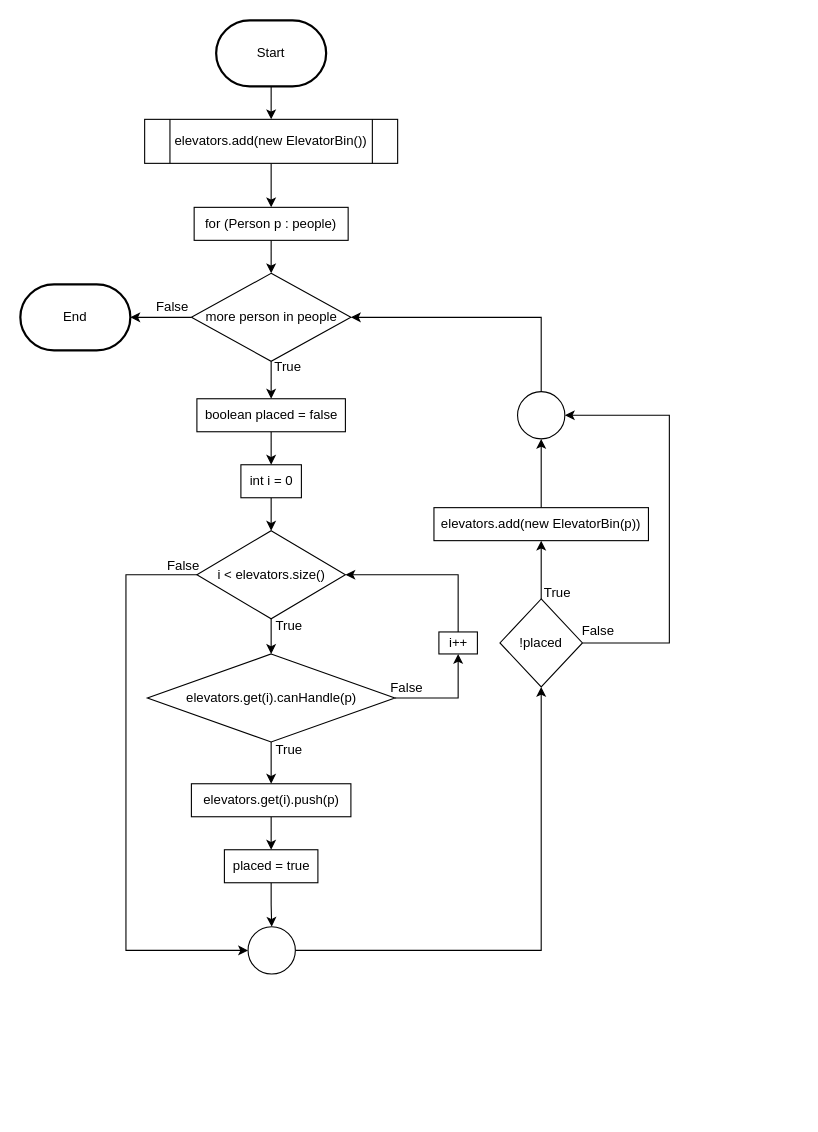
This is page "firstFit()" (1 of 5) of flowcharts/flowcharts.drawio from Violetlily6060/Algorithm, a draw.io file, before an edit. Source tidied: cells renumbered, new cells numbered last; positions are measured from the earlier drawing's top-left corner, leaving out a move shared by most shapes. Both pictures are drawn from the tidied source at 110%, with x=0, y=0 at pixel (20, 20).
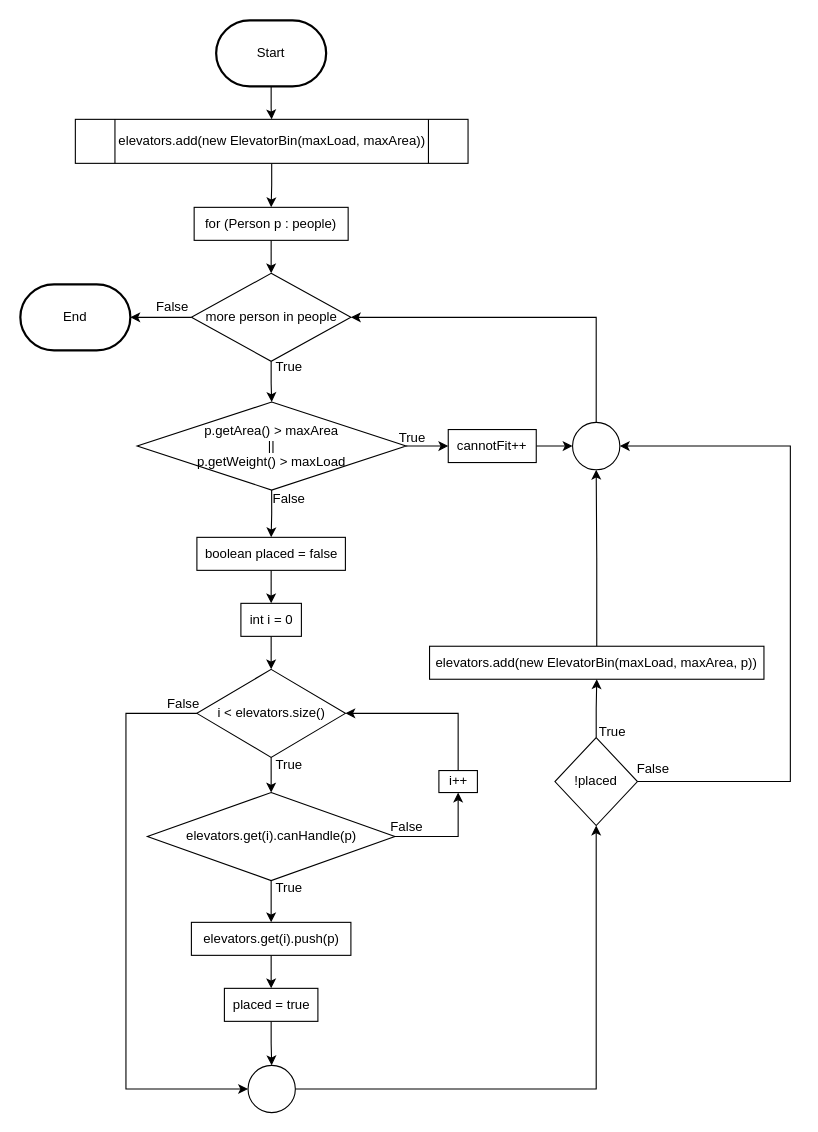
The same diagram, later.

Unchanged cells that the change refers to:
```xml
<mxCell id="10" value="more person in people" style="rhombus;whiteSpace=wrap;html=1;" parent="1" vertex="1">
  <mxGeometry x="155.5" y="230" width="145" height="80" as="geometry" />
</mxCell>
```

Change to the diagram source:
```diff
@@
-    <mxCell id="5" value="elevators.add(new ElevatorBin())" style="shape=process;whiteSpace=wrap;html=1;backgroundOutline=1;" parent="1" vertex="1">
-      <mxGeometry x="113" y="90" width="230" height="40" as="geometry" />
+    <mxCell id="5" value="elevators.add(new ElevatorBin(maxLoad, maxArea))" style="shape=process;whiteSpace=wrap;html=1;backgroundOutline=1;" parent="1" vertex="1">
+      <mxGeometry x="50" y="90" width="357" height="40" as="geometry" />
     </mxCell>
@@
-    <mxCell id="9" style="edgeStyle=orthogonalEdgeStyle;rounded=0;jettySize=auto;html=1;" parent="1" edge="1" source="10" target="24">
-      <mxGeometry relative="1" as="geometry" />
-    </mxCell>
+    <mxCell id="45" style="edgeStyle=orthogonalEdgeStyle;rounded=0;jettySize=auto;html=1;" parent="1" edge="1" source="10" target="48">
+      <mxGeometry relative="1" as="geometry" />
+    </mxCell>
@@
     <mxCell id="12" value="int i = 0" style="rounded=0;whiteSpace=wrap;html=1;" parent="1" vertex="1">
-      <mxGeometry x="200.5" y="404" width="55" height="30" as="geometry" />
+      <mxGeometry x="200.5" y="530" width="55" height="30" as="geometry" />
     </mxCell>
@@
     <mxCell id="14" style="edgeStyle=orthogonalEdgeStyle;rounded=0;jettySize=auto;html=1;exitX=0;exitY=0.5;exitDx=0;exitDy=0;entryX=0;entryY=0.5;entryDx=0;entryDy=0;" parent="1" edge="1" source="15" target="38">
       <mxGeometry relative="1" as="geometry">
         <Array as="points">
-          <mxPoint x="96" y="504" />
-          <mxPoint x="96" y="846" />
+          <mxPoint x="96" y="630" />
+          <mxPoint x="96" y="972" />
         </Array>
       </mxGeometry>
     </mxCell>
     <mxCell id="15" value="i &amp;lt; elevators.size()" style="rhombus;whiteSpace=wrap;html=1;" parent="1" vertex="1">
-      <mxGeometry x="160.5" y="464" width="135" height="80" as="geometry" />
+      <mxGeometry x="160.5" y="590" width="135" height="80" as="geometry" />
     </mxCell>
@@
     <mxCell id="18" value="elevators.get(i).canHandle(p)" style="rhombus;whiteSpace=wrap;html=1;" parent="1" vertex="1">
-      <mxGeometry x="115.5" y="576" width="225" height="80" as="geometry" />
+      <mxGeometry x="115.5" y="702" width="225" height="80" as="geometry" />
     </mxCell>
@@
     <mxCell id="20" value="elevators.get(i).push(p)" style="rounded=0;whiteSpace=wrap;html=1;" parent="1" vertex="1">
-      <mxGeometry x="155.5" y="694" width="145" height="30" as="geometry" />
+      <mxGeometry x="155.5" y="820" width="145" height="30" as="geometry" />
     </mxCell>
@@
     <mxCell id="22" value="placed = true" style="rounded=0;whiteSpace=wrap;html=1;" parent="1" vertex="1">
-      <mxGeometry x="185.5" y="754" width="85" height="30" as="geometry" />
+      <mxGeometry x="185.5" y="880" width="85" height="30" as="geometry" />
     </mxCell>
@@
     <mxCell id="24" value="boolean placed = false" style="rounded=0;whiteSpace=wrap;html=1;" parent="1" vertex="1">
-      <mxGeometry x="160.5" y="344" width="135" height="30" as="geometry" />
+      <mxGeometry x="160.5" y="470" width="135" height="30" as="geometry" />
     </mxCell>
@@
     <mxCell id="26" value="i++" style="rounded=0;whiteSpace=wrap;html=1;" parent="1" vertex="1">
-      <mxGeometry x="380.5" y="556" width="35" height="20" as="geometry" />
+      <mxGeometry x="380.5" y="682" width="35" height="20" as="geometry" />
     </mxCell>
@@
     <mxCell id="28" style="edgeStyle=orthogonalEdgeStyle;rounded=0;jettySize=auto;html=1;exitX=1;exitY=0.5;exitDx=0;exitDy=0;entryX=1;entryY=0.5;entryDx=0;entryDy=0;" parent="1" edge="1" source="29" target="41">
       <mxGeometry relative="1" as="geometry">
         <Array as="points">
-          <mxPoint x="590" y="566" />
-          <mxPoint x="590" y="359" />
+          <mxPoint x="700" y="692" />
+          <mxPoint x="700" y="387" />
         </Array>
       </mxGeometry>
     </mxCell>
     <mxCell id="29" value="!placed" style="rhombus;whiteSpace=wrap;html=1;" parent="1" vertex="1">
-      <mxGeometry x="436" y="526" width="75" height="80" as="geometry" />
+      <mxGeometry x="486" y="652" width="75" height="80" as="geometry" />
     </mxCell>
@@
-    <mxCell id="31" value="elevators.add(new ElevatorBin(p))" style="rounded=0;whiteSpace=wrap;html=1;" parent="1" vertex="1">
-      <mxGeometry x="376" y="443" width="195" height="30" as="geometry" />
+    <mxCell id="31" value="elevators.add(new ElevatorBin(maxLoad, maxArea, p))" style="rounded=0;whiteSpace=wrap;html=1;" parent="1" vertex="1">
+      <mxGeometry x="372" y="569" width="304" height="30" as="geometry" />
     </mxCell>
     <mxCell id="32" value="True" style="text;html=1;align=center;verticalAlign=middle;strokeColor=none;fillColor=none;" parent="1" vertex="1">
-      <mxGeometry x="217.5" y="300" width="50" height="30" as="geometry" />
+      <mxGeometry x="218.5" y="300" width="50" height="30" as="geometry" />
     </mxCell>
     <mxCell id="33" value="True" style="text;html=1;align=center;verticalAlign=middle;strokeColor=none;fillColor=none;" parent="1" vertex="1">
-      <mxGeometry x="218.5" y="536" width="50" height="30" as="geometry" />
+      <mxGeometry x="218.5" y="662" width="50" height="30" as="geometry" />
     </mxCell>
     <mxCell id="34" value="True" style="text;html=1;align=center;verticalAlign=middle;strokeColor=none;fillColor=none;" parent="1" vertex="1">
-      <mxGeometry x="218.5" y="648" width="50" height="30" as="geometry" />
+      <mxGeometry x="218.5" y="774" width="50" height="30" as="geometry" />
     </mxCell>
     <mxCell id="35" value="False" style="text;html=1;align=center;verticalAlign=middle;strokeColor=none;fillColor=none;" parent="1" vertex="1">
-      <mxGeometry x="325.5" y="592" width="50" height="30" as="geometry" />
+      <mxGeometry x="325.5" y="718" width="50" height="30" as="geometry" />
     </mxCell>
     <mxCell id="36" value="False" style="text;html=1;align=center;verticalAlign=middle;strokeColor=none;fillColor=none;" parent="1" vertex="1">
-      <mxGeometry x="122.5" y="481" width="50" height="30" as="geometry" />
+      <mxGeometry x="122.5" y="607" width="50" height="30" as="geometry" />
     </mxCell>
@@
     <mxCell id="38" style="ellipse;whiteSpace=wrap;html=1;" parent="1" vertex="1">
-      <mxGeometry x="207" y="824" width="43" height="43" as="geometry" />
+      <mxGeometry x="207" y="950" width="43" height="43" as="geometry" />
     </mxCell>
@@
     <mxCell id="41" style="ellipse;whiteSpace=wrap;html=1;" parent="1" vertex="1">
-      <mxGeometry x="452" y="337.5" width="43" height="43" as="geometry" />
+      <mxGeometry x="502" y="365.5" width="43" height="43" as="geometry" />
     </mxCell>
@@
     <mxCell id="43" value="False" style="text;html=1;align=center;verticalAlign=middle;strokeColor=none;fillColor=none;" parent="1" vertex="1">
-      <mxGeometry x="500" y="540" width="50" height="30" as="geometry" />
+      <mxGeometry x="550" y="666" width="50" height="30" as="geometry" />
     </mxCell>
     <mxCell id="44" value="True" style="text;html=1;align=center;verticalAlign=middle;strokeColor=none;fillColor=none;" parent="1" vertex="1">
-      <mxGeometry x="463" y="506" width="50" height="30" as="geometry" />
+      <mxGeometry x="513" y="632" width="50" height="30" as="geometry" />
     </mxCell>
+    <mxCell id="46" style="edgeStyle=orthogonalEdgeStyle;rounded=0;jettySize=auto;html=1;exitX=0.5;exitY=1;exitDx=0;exitDy=0;entryX=0.5;entryY=0;entryDx=0;entryDy=0;" parent="1" edge="1" source="48" target="24">
+      <mxGeometry relative="1" as="geometry" />
+    </mxCell>
+    <mxCell id="47" style="edgeStyle=orthogonalEdgeStyle;rounded=0;jettySize=auto;html=1;" parent="1" edge="1" source="48" target="51">
+      <mxGeometry relative="1" as="geometry" />
+    </mxCell>
+    <mxCell id="48" value="p.getArea() &amp;gt; maxArea&lt;br&gt;||&lt;div&gt;p.getWeight() &amp;gt; maxLoad&lt;/div&gt;" style="rhombus;whiteSpace=wrap;html=1;" parent="1" vertex="1">
+      <mxGeometry x="106.2" y="347" width="244.5" height="80" as="geometry" />
+    </mxCell>
+    <mxCell id="49" value="False" style="text;html=1;align=center;verticalAlign=middle;strokeColor=none;fillColor=none;" parent="1" vertex="1">
+      <mxGeometry x="218.5" y="420" width="50" height="30" as="geometry" />
+    </mxCell>
+    <mxCell id="50" style="edgeStyle=orthogonalEdgeStyle;rounded=0;jettySize=auto;html=1;" parent="1" edge="1" source="51" target="41">
+      <mxGeometry relative="1" as="geometry" />
+    </mxCell>
+    <mxCell id="51" value="cannotFit++" style="rounded=0;whiteSpace=wrap;html=1;" parent="1" vertex="1">
+      <mxGeometry x="389" y="372" width="80" height="30" as="geometry" />
+    </mxCell>
+    <mxCell id="52" value="True" style="text;html=1;align=center;verticalAlign=middle;strokeColor=none;fillColor=none;" parent="1" vertex="1">
+      <mxGeometry x="330.5" y="365" width="50" height="30" as="geometry" />
+    </mxCell>
```
